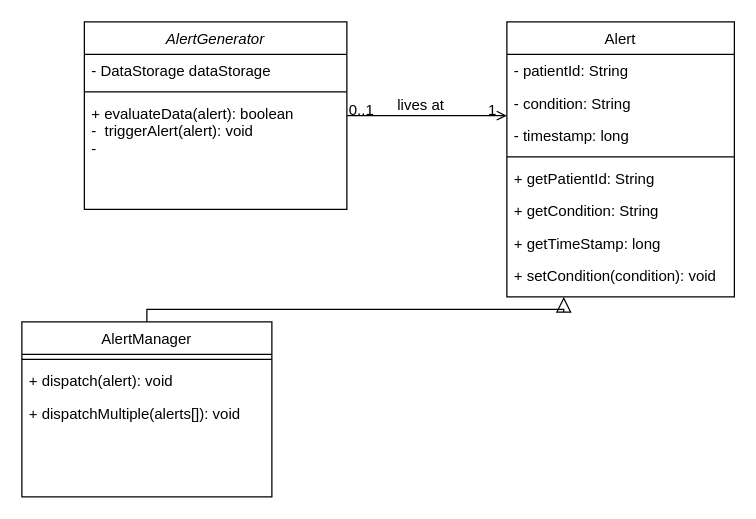
The draw.io diagram uml_models/AlertGenerator.drawio in msa46/signal_project, before the edit. Source tidied: cells renumbered, new cells numbered last; positions are measured from the earlier drawing's top-left corner, leaving out a move shared by most shapes. Both pictures are drawn from the tidied source at 125%, with x=0, y=0 at pixel (21, 21).
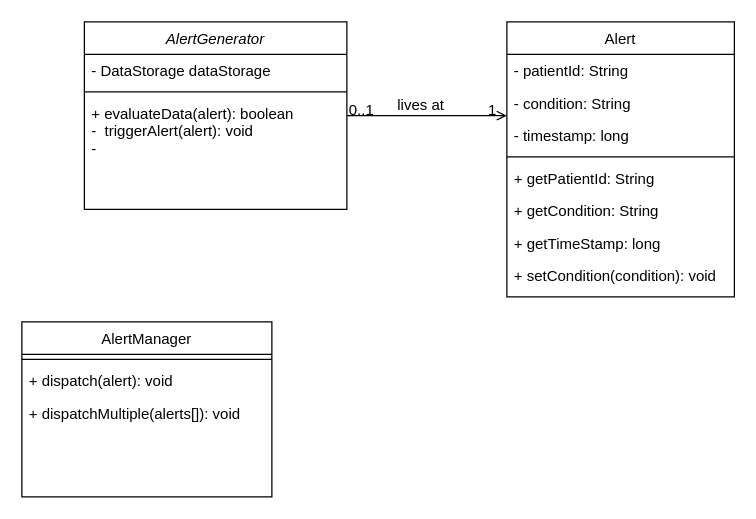
The same diagram, later.

The change refers to these unchanged cells:
```xml
<mxCell id="6" value="AlertManager" style="swimlane;fontStyle=0;align=center;verticalAlign=top;horizontal=1;startSize=26;rounded=0;shadow=0;strokeWidth=1;" parent="1" vertex="1">
  <mxGeometry y="240" width="200" height="140" as="geometry" />
</mxCell>
<mxCell id="11" value="Alert" style="swimlane;fontStyle=0;align=center;verticalAlign=top;horizontal=1;startSize=26;rounded=0;shadow=0;strokeWidth=1;" parent="1" vertex="1">
  <mxGeometry x="388" width="182" height="220" as="geometry" />
</mxCell>
```

Change to the diagram source:
```diff
@@
-    <mxCell id="10" style="endArrow=block;endSize=10;endFill=0;shadow=0;strokeWidth=1;rounded=0;curved=0;edgeStyle=elbowEdgeStyle;elbow=vertical;entryX=0.25;entryY=1;entryDx=0;entryDy=0;" parent="1" edge="1" source="6" target="11">
-      <mxGeometry relative="1" as="geometry" />
-    </mxCell>
```
